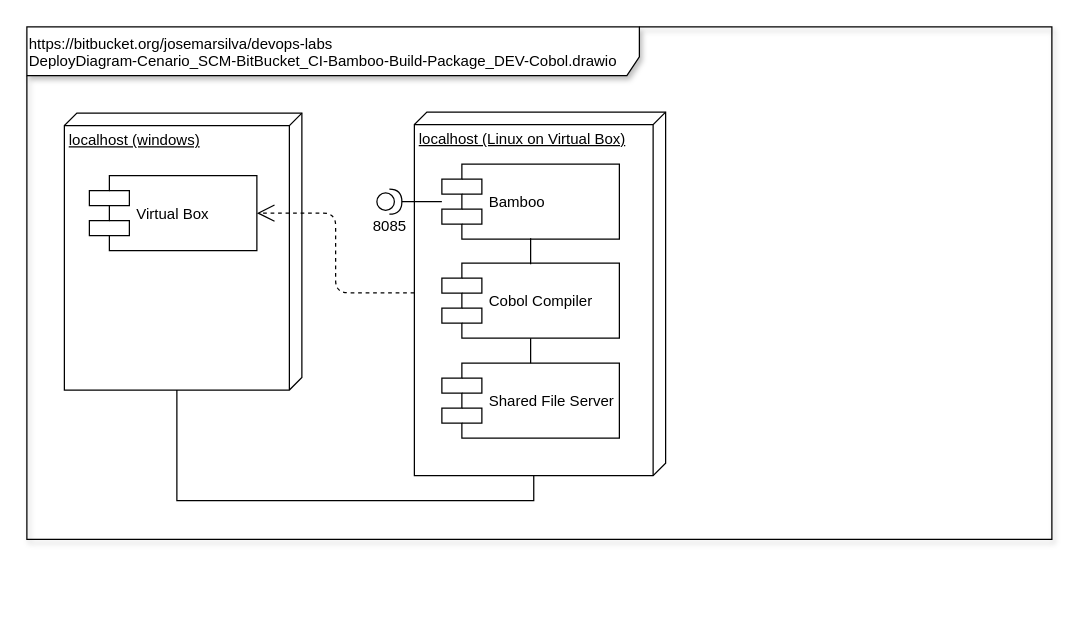
Before: doc/uml-diagrams/DeployDiagram-Cenario_SCM-BitBucket_CI-Bamboo-Build-Package_DEV-Cobol.drawio in josemarsilva/devops-labs, a draw.io diagram. Source tidied: cells renumbered, new cells numbered last; positions are measured from the earlier drawing's top-left corner, leaving out a move shared by most shapes. Both pictures are drawn from the tidied source at 125%, with x=0, y=0 at pixel (26, 26).
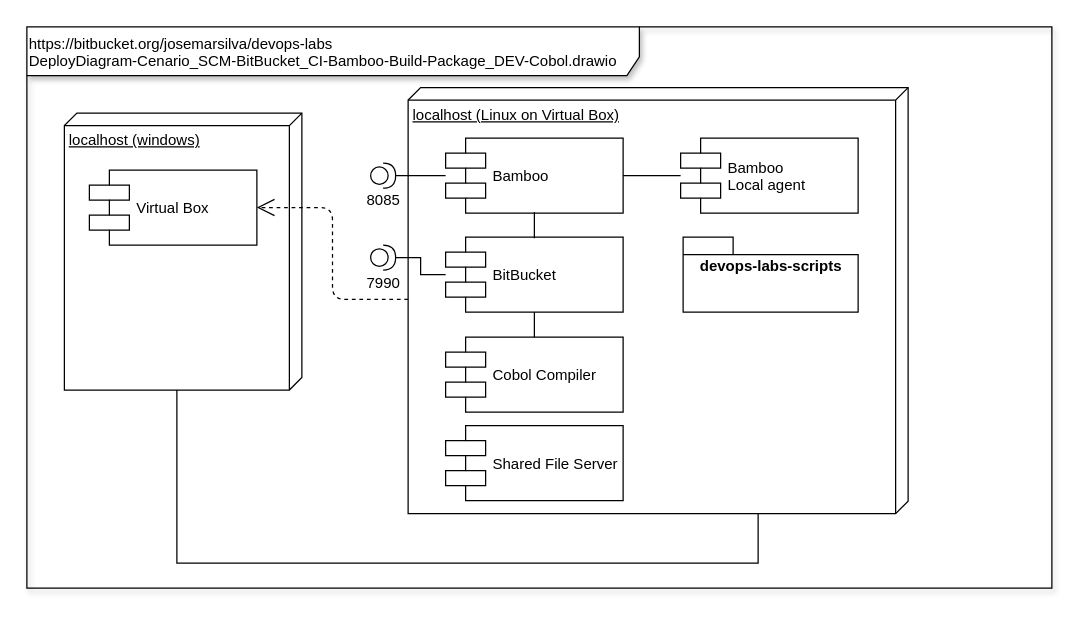
The same page after the edit.

Unchanged cells that the change refers to:
```xml
<mxCell id="4" value="localhost (windows)" style="verticalAlign=top;align=left;spacingTop=8;spacingLeft=2;spacingRight=12;shape=cube;size=10;direction=south;fontStyle=4;html=1;" parent="1" vertex="1">
  <mxGeometry x="30" y="69" width="190" height="221.5" as="geometry" />
</mxCell>
```

Change to the diagram source:
```diff
@@
     <mxCell id="2" value="https://bitbucket.org/josemarsilva/devops-labs&lt;br&gt;DeployDiagram-Cenario_SCM-BitBucket_CI-Bamboo-Build-Package_DEV-Cobol.drawio&lt;br&gt;" style="shape=umlFrame;whiteSpace=wrap;html=1;shadow=1;width=490;height=39;align=left;verticalAlign=top;" parent="1" vertex="1">
-      <mxGeometry width="820" height="410" as="geometry" />
+      <mxGeometry width="820" height="449" as="geometry" />
     </mxCell>
     <mxCell id="3" style="rounded=0;jettySize=auto;html=1;entryX=0;entryY=0;entryDx=290.75;entryDy=105.5;entryPerimeter=0;endArrow=none;endFill=0;exitX=0;exitY=0;exitDx=221.5;exitDy=100;exitPerimeter=0;edgeStyle=orthogonalEdgeStyle;" parent="1" edge="1" source="4" target="6">
-      <mxGeometry relative="1" as="geometry" />
+      <mxGeometry relative="1" as="geometry">
+        <Array as="points">
+          <mxPoint x="120" y="429" />
+          <mxPoint x="585" y="429" />
+        </Array>
+      </mxGeometry>
     </mxCell>
@@
     <mxCell id="5" value="Virtual Box" style="shape=component;align=left;spacingLeft=36;fillColor=none;" parent="1" vertex="1">
-      <mxGeometry x="50" y="119" width="134" height="60" as="geometry" />
+      <mxGeometry x="50" y="114.5" width="134" height="60" as="geometry" />
     </mxCell>
     <mxCell id="6" value="localhost (Linux on Virtual Box)" style="verticalAlign=top;align=left;spacingTop=8;spacingLeft=2;spacingRight=12;shape=cube;size=10;direction=south;fontStyle=4;html=1;" parent="1" vertex="1">
-      <mxGeometry x="310" y="68.2" width="201" height="290.8" as="geometry" />
+      <mxGeometry x="305" y="48.6" width="400" height="340.8" as="geometry" />
     </mxCell>
@@
     <mxCell id="8" value="Bamboo" style="shape=component;align=left;spacingLeft=36;gradientColor=none;fillColor=none;" parent="1" vertex="1">
-      <mxGeometry x="332" y="109.8" width="142" height="60" as="geometry" />
+      <mxGeometry x="335" y="89" width="142" height="60" as="geometry" />
     </mxCell>
@@
     <mxCell id="10" value="8085" style="shape=providedRequiredInterface;html=1;verticalLabelPosition=bottom;" parent="1" vertex="1">
-      <mxGeometry x="280" y="129.8" width="20" height="20" as="geometry" />
+      <mxGeometry x="275" y="109" width="20" height="20" as="geometry" />
     </mxCell>
@@
-    <mxCell id="13" value="Cobol Compiler" style="shape=component;align=left;spacingLeft=36;fillColor=none;" parent="1" vertex="1">
-      <mxGeometry x="332" y="189" width="142" height="60" as="geometry" />
+    <mxCell id="13" value="BitBucket" style="shape=component;align=left;spacingLeft=36;fillColor=none;" parent="1" vertex="1">
+      <mxGeometry x="335" y="168.2" width="142" height="60" as="geometry" />
     </mxCell>
-    <mxCell id="14" value="Shared File Server" style="shape=component;align=left;spacingLeft=36;fillColor=none;" parent="1" vertex="1">
-      <mxGeometry x="332" y="269" width="142" height="60" as="geometry" />
+    <mxCell id="14" value="Cobol Compiler" style="shape=component;align=left;spacingLeft=36;fillColor=none;" parent="1" vertex="1">
+      <mxGeometry x="335" y="248.2" width="142" height="60" as="geometry" />
     </mxCell>
+    <mxCell id="16" style="edgeStyle=orthogonalEdgeStyle;rounded=0;jettySize=auto;html=1;endArrow=none;endFill=0;" parent="1" edge="1" source="17" target="8">
+      <mxGeometry relative="1" as="geometry" />
+    </mxCell>
+    <mxCell id="17" value="Bamboo &#10;Local agent" style="shape=component;align=left;spacingLeft=36;gradientColor=none;fillColor=none;" parent="1" vertex="1">
+      <mxGeometry x="523" y="89" width="142" height="60" as="geometry" />
+    </mxCell>
+    <mxCell id="18" value="Shared File Server" style="shape=component;align=left;spacingLeft=36;gradientColor=none;fillColor=none;" parent="1" vertex="1">
+      <mxGeometry x="335" y="319" width="142" height="60" as="geometry" />
+    </mxCell>
+    <mxCell id="19" value="devops-labs-scripts" style="shape=folder;fontStyle=1;spacingTop=10;tabWidth=40;tabHeight=14;tabPosition=left;html=1;verticalAlign=top;" parent="1" vertex="1">
+      <mxGeometry x="525" y="168.2" width="140" height="60" as="geometry" />
+    </mxCell>
+    <mxCell id="20" style="edgeStyle=orthogonalEdgeStyle;rounded=0;jettySize=auto;html=1;endArrow=none;endFill=0;exitX=1;exitY=0.5;exitDx=0;exitDy=0;exitPerimeter=0;" parent="1" edge="1" source="21" target="13">
+      <mxGeometry relative="1" as="geometry" />
+    </mxCell>
+    <mxCell id="21" value="7990" style="shape=providedRequiredInterface;html=1;verticalLabelPosition=bottom;" parent="1" vertex="1">
+      <mxGeometry x="275" y="174.5" width="20" height="20" as="geometry" />
+    </mxCell>
```
